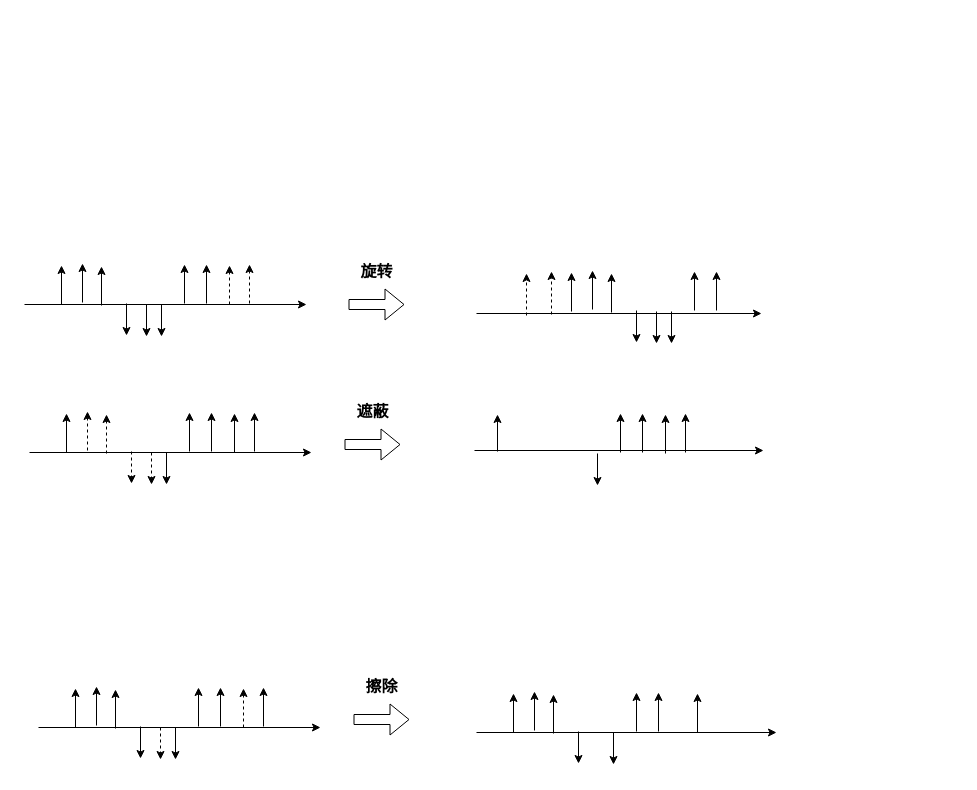
Before: 空间数据增强.drawio in lilang0710/ll, a draw.io diagram. Source tidied: cells renumbered, new cells numbered last; positions are measured from the earlier drawing's top-left corner, leaving out a move shared by most shapes. Both pictures are drawn from the tidied source at 100%, with x=0, y=0 at pixel (24, 255).
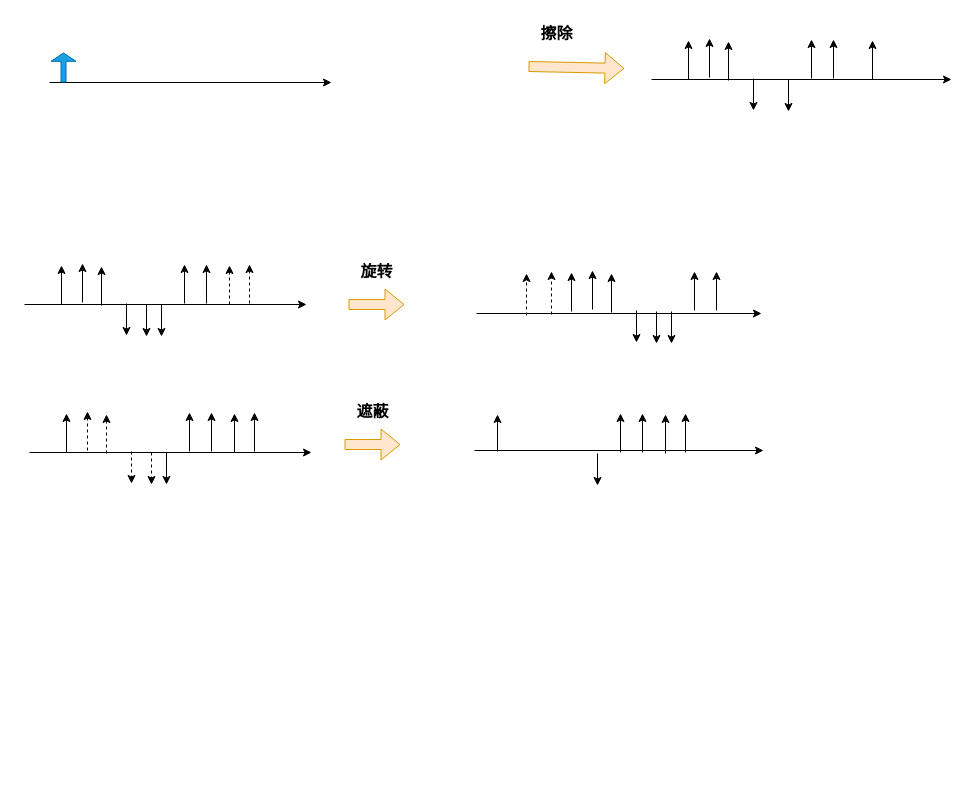
Above is the later version.

Commit message (it also covers changes not shown here):
更新空间数据增强.drawio

Diff of the diagram source:
```diff
@@
-    <mxCell id="2" style="shape=flexArrow;endArrow=classic;html=1;rounded=0;" parent="1" edge="1">
+    <mxCell id="2" style="shape=flexArrow;endArrow=classic;html=1;rounded=0;fillColor=#ffe6cc;strokeColor=#d79b00;" parent="1" edge="1">
       <mxGeometry relative="1" as="geometry">
         <mxPoint x="324" y="49" as="sourcePoint" />
         <mxPoint x="380" y="49" as="targetPoint" />
       </mxGeometry>
     </mxCell>
@@
-    <mxCell id="37" style="shape=flexArrow;endArrow=classic;html=1;rounded=0;" parent="1" edge="1">
+    <mxCell id="37" style="shape=flexArrow;endArrow=classic;html=1;rounded=0;fillColor=#ffe6cc;strokeColor=#d79b00;" parent="1" edge="1">
       <mxGeometry relative="1" as="geometry">
         <mxPoint x="320" y="189" as="sourcePoint" />
         <mxPoint x="376" y="189" as="targetPoint" />
       </mxGeometry>
     </mxCell>
@@
-    <mxCell id="46" style="endArrow=classic;html=1;rounded=0;" parent="1" edge="1">
-      <mxGeometry relative="1" as="geometry">
-        <mxPoint x="51" y="472" as="sourcePoint" />
-        <mxPoint x="51" y="433" as="targetPoint" />
-      </mxGeometry>
-    </mxCell>
     <mxCell id="47" style="endArrow=classic;html=1;rounded=0;" parent="1" edge="1">
       <mxGeometry relative="1" as="geometry">
-        <mxPoint x="14" y="472" as="sourcePoint" />
-        <mxPoint x="296" y="472" as="targetPoint" />
+        <mxPoint x="25" y="-173" as="sourcePoint" />
+        <mxPoint x="307" y="-173" as="targetPoint" />
       </mxGeometry>
     </mxCell>
-    <mxCell id="48" style="endArrow=classic;html=1;rounded=0;" parent="1" edge="1">
-      <mxGeometry relative="1" as="geometry">
-        <mxPoint x="72" y="470" as="sourcePoint" />
-        <mxPoint x="72" y="431" as="targetPoint" />
-      </mxGeometry>
-    </mxCell>
-    <mxCell id="49" style="endArrow=classic;html=1;rounded=0;" parent="1" edge="1">
-      <mxGeometry relative="1" as="geometry">
-        <mxPoint x="91" y="473" as="sourcePoint" />
-        <mxPoint x="91" y="434" as="targetPoint" />
-      </mxGeometry>
-    </mxCell>
-    <mxCell id="50" style="endArrow=classic;html=1;rounded=0;" parent="1" edge="1">
-      <mxGeometry relative="1" as="geometry">
-        <mxPoint x="116" y="471" as="sourcePoint" />
-        <mxPoint x="116" y="503" as="targetPoint" />
-      </mxGeometry>
-    </mxCell>
-    <mxCell id="51" style="endArrow=classic;html=1;rounded=0;dashed=1;" parent="1" edge="1">
-      <mxGeometry relative="1" as="geometry">
-        <mxPoint x="136" y="472" as="sourcePoint" />
-        <mxPoint x="136" y="504" as="targetPoint" />
-      </mxGeometry>
-    </mxCell>
-    <mxCell id="52" style="endArrow=classic;html=1;rounded=0;" parent="1" edge="1">
-      <mxGeometry relative="1" as="geometry">
-        <mxPoint x="151" y="472" as="sourcePoint" />
-        <mxPoint x="151" y="504" as="targetPoint" />
-      </mxGeometry>
-    </mxCell>
-    <mxCell id="53" style="endArrow=classic;html=1;rounded=0;" parent="1" edge="1">
-      <mxGeometry relative="1" as="geometry">
-        <mxPoint x="174" y="471" as="sourcePoint" />
-        <mxPoint x="174" y="432" as="targetPoint" />
-      </mxGeometry>
-    </mxCell>
-    <mxCell id="54" style="endArrow=classic;html=1;rounded=0;" parent="1" edge="1">
-      <mxGeometry relative="1" as="geometry">
-        <mxPoint x="196" y="471" as="sourcePoint" />
-        <mxPoint x="196" y="432" as="targetPoint" />
-      </mxGeometry>
-    </mxCell>
-    <mxCell id="55" style="endArrow=classic;html=1;rounded=0;dashed=1;" parent="1" edge="1">
-      <mxGeometry relative="1" as="geometry">
-        <mxPoint x="219" y="472" as="sourcePoint" />
-        <mxPoint x="219" y="433" as="targetPoint" />
-      </mxGeometry>
-    </mxCell>
-    <mxCell id="56" style="endArrow=classic;html=1;rounded=0;" parent="1" edge="1">
-      <mxGeometry relative="1" as="geometry">
-        <mxPoint x="239" y="471" as="sourcePoint" />
-        <mxPoint x="239" y="432" as="targetPoint" />
-      </mxGeometry>
-    </mxCell>
-    <mxCell id="57" style="shape=flexArrow;endArrow=classic;html=1;rounded=0;" parent="1" edge="1">
+    <mxCell id="57" style="shape=flexArrow;endArrow=classic;html=1;rounded=0;fillColor=#ffe6cc;strokeColor=#d79b00;" parent="1" edge="1">
       <mxGeometry relative="1" as="geometry">
-        <mxPoint x="329" y="464" as="sourcePoint" />
-        <mxPoint x="385" y="464" as="targetPoint" />
+        <mxPoint x="504" y="-189" as="sourcePoint" />
+        <mxPoint x="600" y="-187" as="targetPoint" />
       </mxGeometry>
     </mxCell>
     <mxCell id="58" value="&lt;font style=&quot;font-size: 16px;&quot;&gt;&lt;b&gt;擦除&lt;/b&gt;&lt;/font&gt;" style="text;html=1;align=center;verticalAlign=middle;strokeColor=none;fillColor=none;" parent="1" vertex="1">
-      <mxGeometry x="331.5" y="415" width="50" height="32" as="geometry" />
+      <mxGeometry x="506.5" y="-238" width="50" height="32" as="geometry" />
     </mxCell>
     <mxCell id="59" style="endArrow=classic;html=1;rounded=0;" parent="1" edge="1">
       <mxGeometry relative="1" as="geometry">
-        <mxPoint x="489" y="477" as="sourcePoint" />
-        <mxPoint x="489" y="438" as="targetPoint" />
+        <mxPoint x="664" y="-176" as="sourcePoint" />
+        <mxPoint x="664" y="-215" as="targetPoint" />
       </mxGeometry>
     </mxCell>
     <mxCell id="60" style="endArrow=classic;html=1;rounded=0;" parent="1" edge="1">
       <mxGeometry relative="1" as="geometry">
-        <mxPoint x="452" y="477" as="sourcePoint" />
-        <mxPoint x="752" y="477" as="targetPoint" />
+        <mxPoint x="627" y="-176" as="sourcePoint" />
+        <mxPoint x="927" y="-176" as="targetPoint" />
       </mxGeometry>
     </mxCell>
     <mxCell id="61" style="endArrow=classic;html=1;rounded=0;" parent="1" edge="1">
       <mxGeometry relative="1" as="geometry">
-        <mxPoint x="510" y="475" as="sourcePoint" />
-        <mxPoint x="510" y="436" as="targetPoint" />
+        <mxPoint x="685" y="-178" as="sourcePoint" />
+        <mxPoint x="685" y="-217" as="targetPoint" />
       </mxGeometry>
     </mxCell>
     <mxCell id="62" style="endArrow=classic;html=1;rounded=0;" parent="1" edge="1">
       <mxGeometry relative="1" as="geometry">
-        <mxPoint x="529" y="478" as="sourcePoint" />
-        <mxPoint x="529" y="439" as="targetPoint" />
+        <mxPoint x="704" y="-175" as="sourcePoint" />
+        <mxPoint x="704" y="-214" as="targetPoint" />
       </mxGeometry>
     </mxCell>
     <mxCell id="63" style="endArrow=classic;html=1;rounded=0;" parent="1" edge="1">
       <mxGeometry relative="1" as="geometry">
-        <mxPoint x="554" y="476" as="sourcePoint" />
-        <mxPoint x="554" y="508" as="targetPoint" />
+        <mxPoint x="729" y="-177" as="sourcePoint" />
+        <mxPoint x="729" y="-145" as="targetPoint" />
       </mxGeometry>
     </mxCell>
     <mxCell id="64" style="endArrow=classic;html=1;rounded=0;" parent="1" edge="1">
       <mxGeometry relative="1" as="geometry">
-        <mxPoint x="589" y="477" as="sourcePoint" />
-        <mxPoint x="589" y="509" as="targetPoint" />
+        <mxPoint x="764" y="-176" as="sourcePoint" />
+        <mxPoint x="764" y="-144" as="targetPoint" />
       </mxGeometry>
     </mxCell>
     <mxCell id="65" style="endArrow=classic;html=1;rounded=0;" parent="1" edge="1">
       <mxGeometry relative="1" as="geometry">
-        <mxPoint x="612" y="476" as="sourcePoint" />
-        <mxPoint x="612" y="437" as="targetPoint" />
+        <mxPoint x="787" y="-177" as="sourcePoint" />
+        <mxPoint x="787" y="-216" as="targetPoint" />
       </mxGeometry>
     </mxCell>
     <mxCell id="66" style="endArrow=classic;html=1;rounded=0;" parent="1" edge="1">
       <mxGeometry relative="1" as="geometry">
-        <mxPoint x="634" y="476" as="sourcePoint" />
-        <mxPoint x="634" y="437" as="targetPoint" />
+        <mxPoint x="809" y="-177" as="sourcePoint" />
+        <mxPoint x="809" y="-216" as="targetPoint" />
       </mxGeometry>
     </mxCell>
     <mxCell id="67" style="endArrow=classic;html=1;rounded=0;" parent="1" edge="1">
       <mxGeometry relative="1" as="geometry">
-        <mxPoint x="673" y="477" as="sourcePoint" />
-        <mxPoint x="673" y="438" as="targetPoint" />
+        <mxPoint x="848" y="-176" as="sourcePoint" />
+        <mxPoint x="848" y="-215" as="targetPoint" />
       </mxGeometry>
     </mxCell>
+    <mxCell id="68" style="shape=flexArrow;endArrow=classic;html=1;rounded=0;fillColor=#1ba1e2;strokeColor=#006EAF;endWidth=19;endSize=2.44;width=5;" parent="1" edge="1">
+      <mxGeometry relative="1" as="geometry">
+        <mxPoint x="39" y="-173" as="sourcePoint" />
+        <mxPoint x="39" y="-203" as="targetPoint" />
+      </mxGeometry>
+    </mxCell>
```
